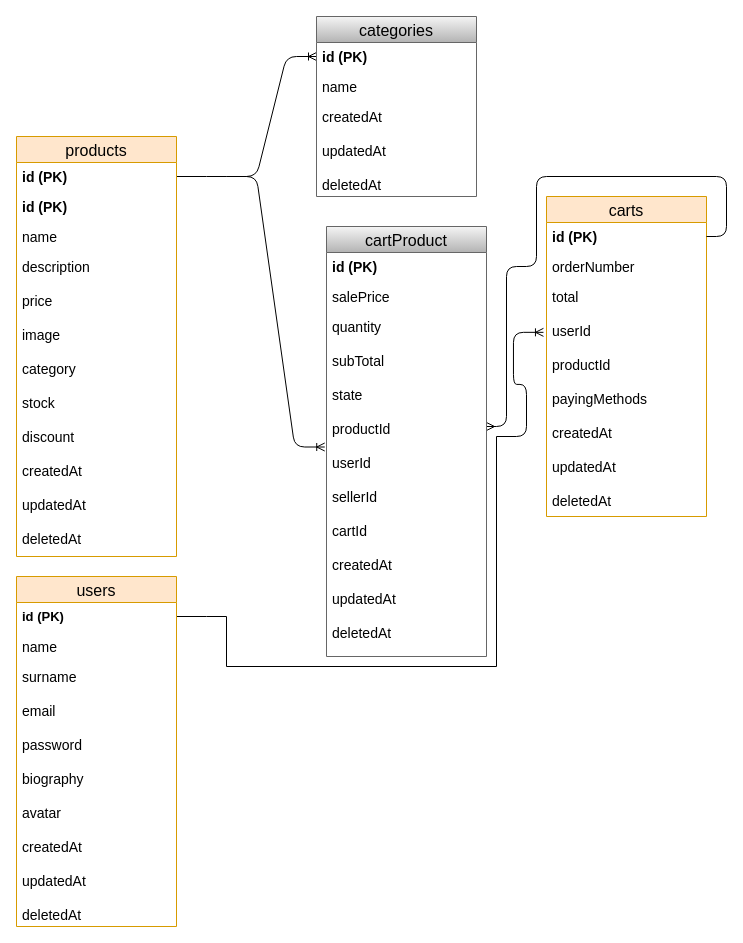
The draw.io diagram db/TablasDiagramaCompelto.drawio in lucasmontesr1/grupo_6_SmartShopper, before the edit. Source tidied: cells renumbered, new cells numbered last; positions are measured from the earlier drawing's top-left corner, leaving out a move shared by most shapes. Both pictures are drawn from the tidied source at 100%, with x=0, y=0 at pixel (16, 16).
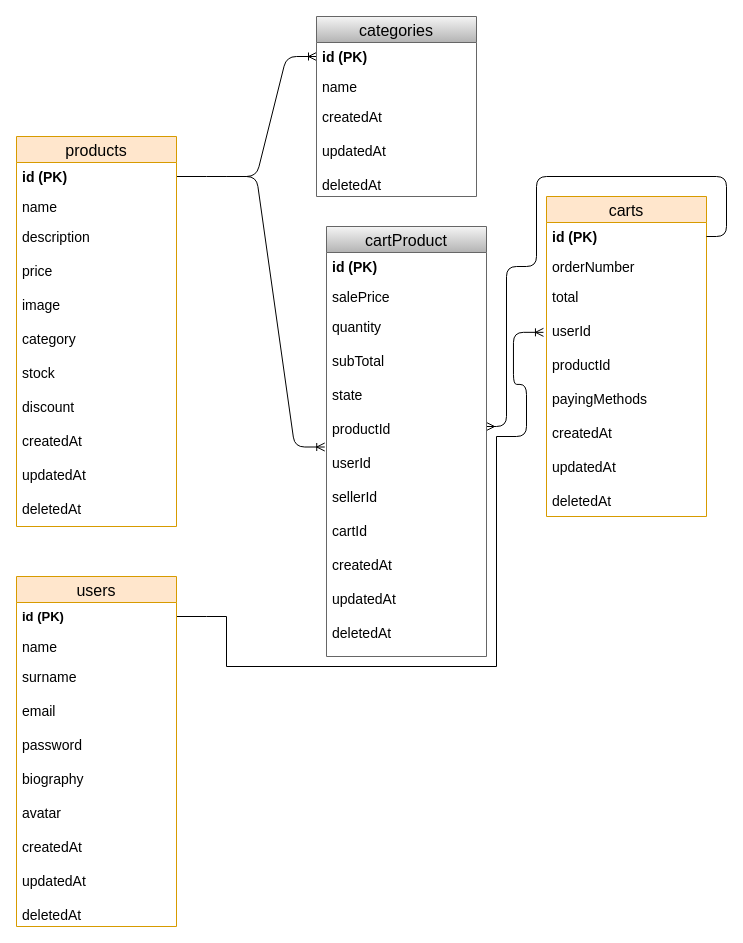
The same diagram, later.

Commit message (it also covers changes not shown here):
correción diagrama tabla

The edit, as a diff of the source:
```diff
@@
     <mxCell id="23" value="products" style="swimlane;fontStyle=0;horizontal=1;startSize=26;align=center;fontSize=16;fillColor=#ffe6cc;strokeColor=#d79b00;" parent="1" vertex="1">
-      <mxGeometry y="120" width="160" height="420" as="geometry" />
+      <mxGeometry y="120" width="160" height="390" as="geometry" />
     </mxCell>
@@
-    <mxCell id="25" value="id (PK)" style="text;strokeColor=none;fillColor=none;spacingLeft=4;spacingRight=4;overflow=hidden;fontSize=14;fontStyle=1;" parent="23" vertex="1">
-      <mxGeometry y="56" width="160" height="30" as="geometry" />
-    </mxCell>
     <mxCell id="26" value="name" style="text;strokeColor=none;fillColor=none;spacingLeft=4;spacingRight=4;overflow=hidden;fontSize=14;" parent="23" vertex="1">
-      <mxGeometry y="86" width="160" height="30" as="geometry" />
+      <mxGeometry y="56" width="160" height="30" as="geometry" />
     </mxCell>
     <mxCell id="27" value="description&#10;&#10;price&#10;&#10;image&#10;&#10;category&#10;&#10;stock&#10;&#10;discount&#10;&#10;createdAt&#10;&#10;updatedAt&#10;&#10;deletedAt" style="text;strokeColor=none;fillColor=none;spacingLeft=4;spacingRight=4;overflow=hidden;fontSize=14;" parent="23" vertex="1">
-      <mxGeometry y="116" width="160" height="304" as="geometry" />
+      <mxGeometry y="86" width="160" height="304" as="geometry" />
     </mxCell>
```
